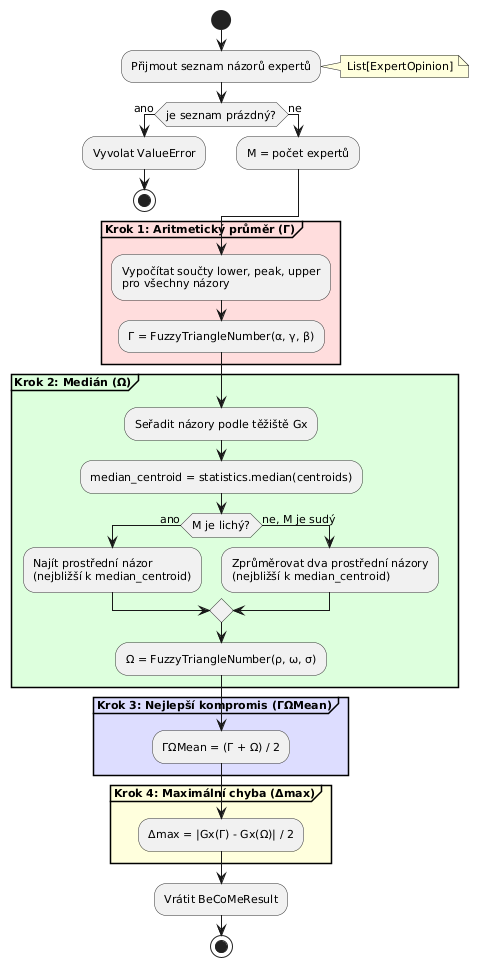
Earlier version of the PlantUML export docs/uml-diagrams/cs/diagrams/png/activity-diagram-simplified.png (caitlon/BeCoMe).
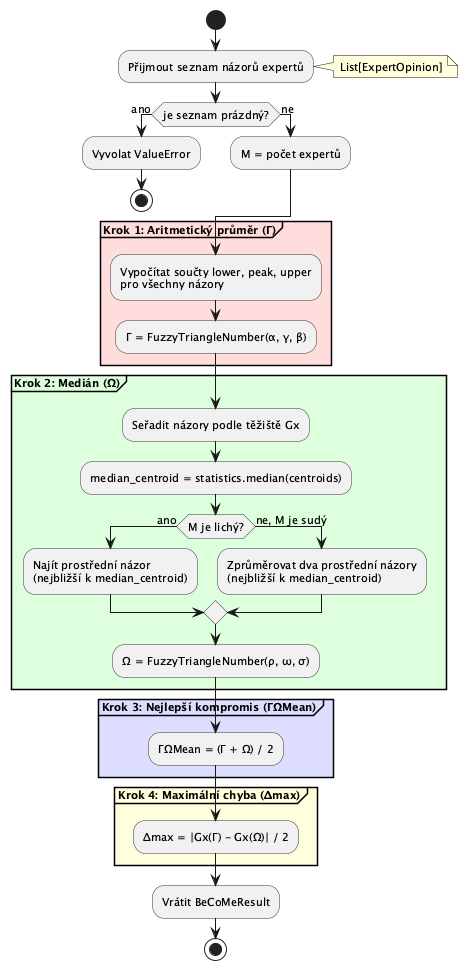
After the commit.

The edit, as a diff of the source:
```diff
@@ -1,4 +1,5 @@
-@startuml
+@startuml BeCoMe-Activity-Diagram-Simplified
+
 skinparam backgroundColor #FFFFFF
 skinparam shadowing false
 skinparam defaultFontSize 11
@@ -47,4 +48,5 @@
 :Vrátit BeCoMeResult;
 
 stop
+
 @enduml
```
